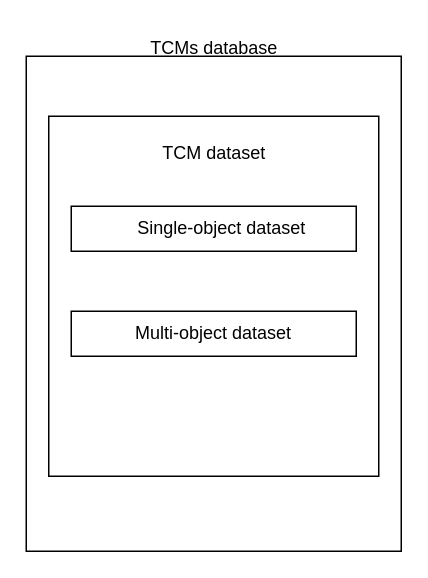
Above: flow_tcmnet.drawio in GPL1024/BigNews (draw.io), before the change. Source tidied: cells renumbered, new cells numbered last; positions are measured from the earlier drawing's top-left corner, leaving out a move shared by most shapes. Both pictures are drawn from the tidied source at 150%, with x=0, y=0 at pixel (26, 26).
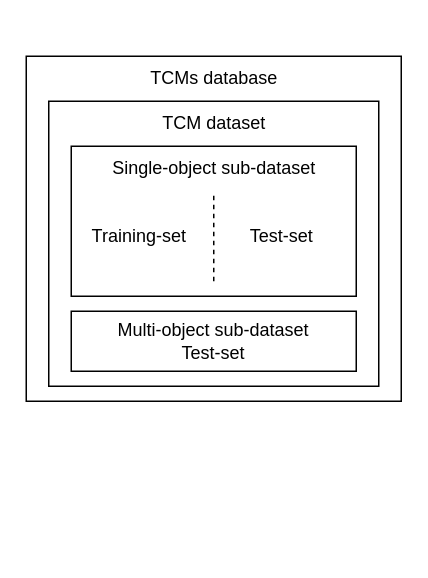
The same diagram, later.

What changed in the source:
```diff
@@
 <mxGraphModel>
   <root>
     <mxCell id="0" />
     <mxCell id="1" parent="0" />
     <mxCell id="2" style="rounded=0;whiteSpace=wrap;html=1;" parent="1" vertex="1">
-      <mxGeometry y="20" width="250" height="330" as="geometry" />
+      <mxGeometry y="20" width="250" height="230" as="geometry" />
     </mxCell>
     <mxCell id="3" value="TCMs database" style="text;html=1;align=center;verticalAlign=middle;strokeColor=none;fillColor=none;" parent="1" vertex="1">
-      <mxGeometry x="70" width="110" height="30" as="geometry" />
+      <mxGeometry x="70" y="20" width="110" height="30" as="geometry" />
     </mxCell>
     <mxCell id="4" style="rounded=0;whiteSpace=wrap;html=1;" parent="1" vertex="1">
-      <mxGeometry x="15" y="60" width="220" height="240" as="geometry" />
+      <mxGeometry x="15" y="50" width="220" height="190" as="geometry" />
     </mxCell>
     <mxCell id="5" style="rounded=0;whiteSpace=wrap;html=1;align=center;" parent="1" vertex="1">
-      <mxGeometry x="30" y="120" width="190" height="30" as="geometry" />
+      <mxGeometry x="30" y="80" width="190" height="100" as="geometry" />
     </mxCell>
-    <mxCell id="6" value="Single-object dataset" style="text;html=1;align=center;verticalAlign=middle;strokeColor=none;fillColor=none;" parent="1" vertex="1">
-      <mxGeometry x="60" y="120" width="140" height="30" as="geometry" />
+    <mxCell id="6" value="Single-object sub-dataset" style="text;html=1;align=center;verticalAlign=middle;strokeColor=none;fillColor=none;" parent="1" vertex="1">
+      <mxGeometry x="45" y="80" width="160" height="30" as="geometry" />
     </mxCell>
-    <mxCell id="7" value="Multi-object dataset" style="rounded=0;whiteSpace=wrap;html=1;align=center;" parent="1" vertex="1">
-      <mxGeometry x="30" y="190" width="190" height="30" as="geometry" />
+    <mxCell id="7" value="Multi-object sub-dataset&lt;br&gt;Test-set" style="rounded=0;whiteSpace=wrap;html=1;align=center;" parent="1" vertex="1">
+      <mxGeometry x="30" y="190" width="190" height="40" as="geometry" />
     </mxCell>
     <mxCell id="8" value="TCM dataset" style="text;html=1;align=center;verticalAlign=middle;strokeColor=none;fillColor=none;" parent="1" vertex="1">
-      <mxGeometry x="80" y="70" width="90" height="30" as="geometry" />
+      <mxGeometry x="80" y="50" width="90" height="30" as="geometry" />
     </mxCell>
+    <mxCell id="9" style="endArrow=none;dashed=1;html=1;rounded=0;" parent="1" edge="1">
+      <mxGeometry relative="1" as="geometry">
+        <mxPoint x="125" y="170" as="sourcePoint" />
+        <mxPoint x="125" y="110" as="targetPoint" />
+      </mxGeometry>
+    </mxCell>
+    <mxCell id="10" value="Training-set" style="text;html=1;align=center;verticalAlign=middle;strokeColor=none;fillColor=none;" parent="1" vertex="1">
+      <mxGeometry x="30" y="125" width="90" height="30" as="geometry" />
+    </mxCell>
+    <mxCell id="11" value="Test-set" style="text;html=1;align=center;verticalAlign=middle;strokeColor=none;fillColor=none;" parent="1" vertex="1">
+      <mxGeometry x="135" y="125" width="70" height="30" as="geometry" />
+    </mxCell>
   </root>
 </mxGraphModel>
```
